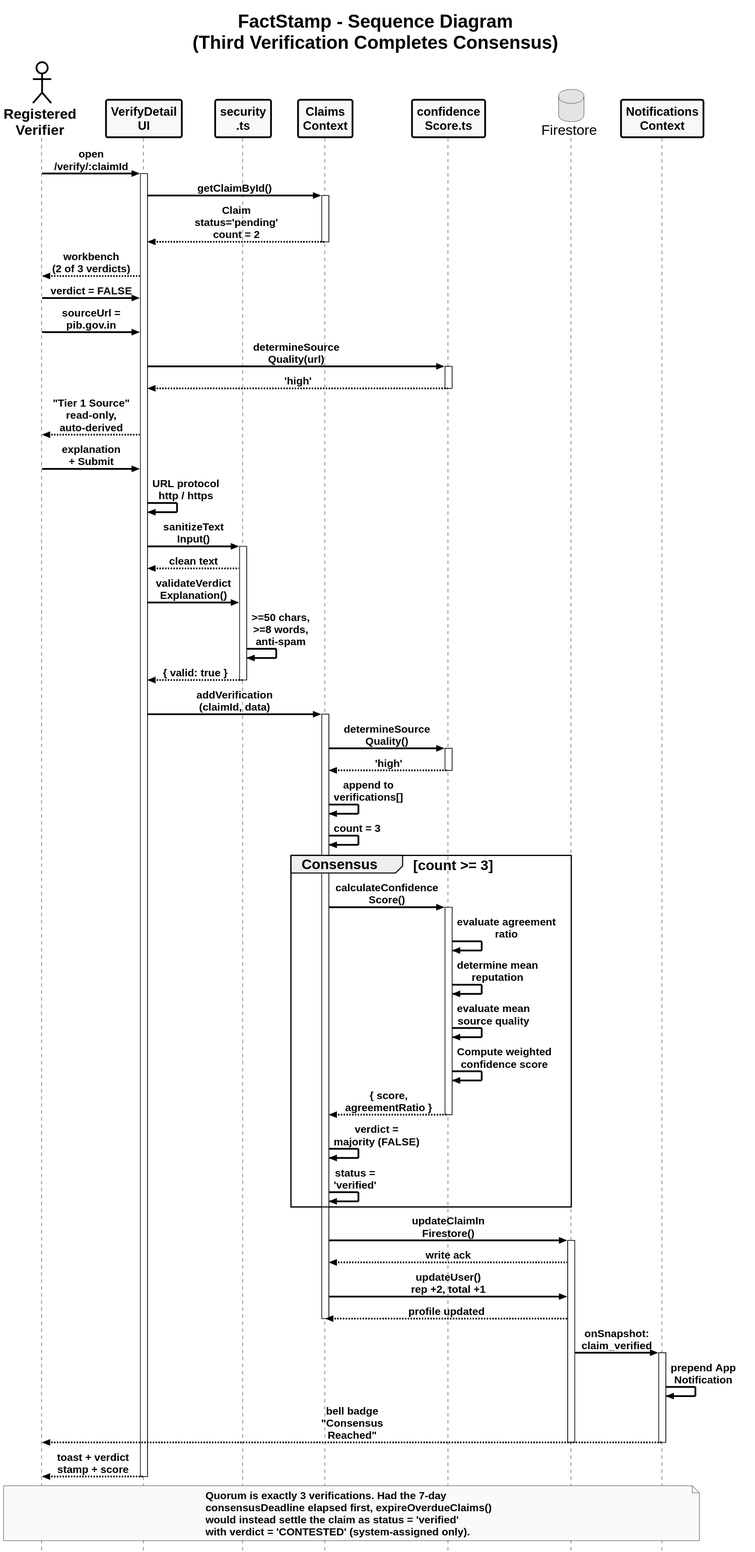
Above: FactStamp/black_book_draft/03_Requirements_and_Analysis/attachments/sequence_diagram.svg in aadish0day/typst (PlantUML), before the change.
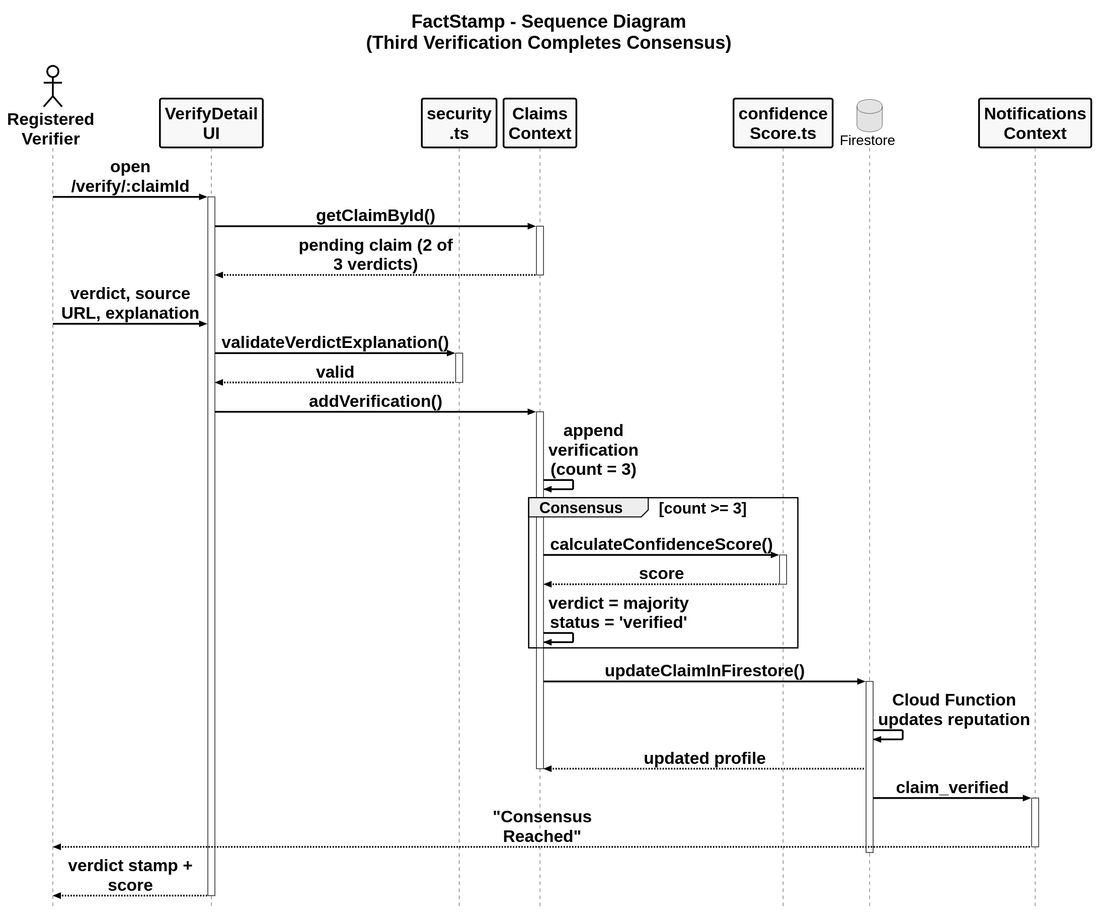
The same diagram one commit later.

Change to the diagram source:
```diff
@@ -22,7 +22,7 @@
 skinparam ActorBorderColor black
 skinparam ActorBorderThickness 2.5
 skinparam ActorBackgroundColor #FFFFFF
-skinparam ActorFontSize 20
+skinparam ActorFontSize 24
 skinparam ActorFontStyle bold
 
 skinparam RectangleBorderColor black
@@ -36,15 +36,18 @@
 skinparam ParticipantBorderColor black
 skinparam ParticipantBorderThickness 2.5
 skinparam ParticipantBackgroundColor #F8F9FA
-skinparam ParticipantFontSize 17
+skinparam ParticipantFontSize 24
 skinparam ParticipantFontStyle bold
 skinparam SequenceLifeLineBorderColor black
 skinparam SequenceLifeLineBorderThickness 2.0
 skinparam SequenceMessageAlignment center
-skinparam ArrowFontSize 15
-skinparam NoteFontSize 15
+skinparam ArrowFontSize 24
+skinparam NoteFontSize 17
 skinparam NoteFontStyle bold
-skinparam maxMessageSize 190
+skinparam maxMessageSize 220
+skinparam SequenceGroupHeaderFontSize 22
+skinparam SequenceGroupFontSize 22
+hide footbox
 
 actor "Registered\nVerifier" as V
 participant "VerifyDetail\nUI" as UI
@@ -54,76 +57,43 @@
 database "Firestore" as FS
 participant "Notifications\nContext" as NOTIF
 
-V -> UI : open\n/verify/:claimId
+V -> UI : open /verify/:claimId
 activate UI
 UI -> CTX : getClaimById()
 activate CTX
-CTX --> UI : Claim\nstatus='pending'\ncount = 2
+CTX --> UI : pending claim (2 of 3 verdicts)
 deactivate CTX
-UI --> V : workbench\n(2 of 3 verdicts)
 
-V -> UI : verdict = FALSE
-V -> UI : sourceUrl =\npib.gov.in
-UI -> CONF : determineSource\nQuality(url)
-activate CONF
-CONF --> UI : 'high'
-deactivate CONF
-UI --> V : "Tier 1 Source"\nread-only,\nauto-derived
-
-V -> UI : explanation\n+ Submit
-UI -> UI : URL protocol\nhttp / https
-
-UI -> SEC : sanitizeText\nInput()
+V -> UI : verdict, source URL, explanation
+UI -> SEC : validateVerdictExplanation()
 activate SEC
-SEC --> UI : clean text
-UI -> SEC : validateVerdict\nExplanation()
-SEC -> SEC : >=50 chars,\n>=8 words,\nanti-spam
-SEC --> UI : { valid: true }
+SEC --> UI : valid
 deactivate SEC
 
-UI -> CTX : addVerification\n(claimId, data)
+UI -> CTX : addVerification()
 activate CTX
-CTX -> CONF : determineSource\nQuality()
-activate CONF
-CONF --> CTX : 'high'
-deactivate CONF
-CTX -> CTX : append to\nverifications[]
-CTX -> CTX : count = 3
+CTX -> CTX : append verification\n(count = 3)
 
 group Consensus [count >= 3]
-  CTX -> CONF : calculateConfidence\nScore()
+  CTX -> CONF : calculateConfidenceScore()
   activate CONF
-  CONF -> CONF : evaluate agreement\nratio
-  CONF -> CONF : determine mean\nreputation
-  CONF -> CONF : evaluate mean\nsource quality
-  CONF -> CONF : Compute weighted\nconfidence score
-  CONF --> CTX : { score,\nagreementRatio }
+  CONF --> CTX : score
   deactivate CONF
-  CTX -> CTX : verdict =\nmajority (FALSE)
-  CTX -> CTX : status =\n'verified'
+  CTX -> CTX : verdict = majority\nstatus = 'verified'
 end
 
-CTX -> FS : updateClaimIn\nFirestore()
+CTX -> FS : updateClaimInFirestore()
 activate FS
-FS --> CTX : write ack
-CTX -> FS : updateUser()\nrep +2, total +1
-FS --> CTX : profile updated
+FS -> FS : Cloud Function\nupdates reputation
+FS --> CTX : updated profile
 deactivate CTX
 
-FS -> NOTIF : onSnapshot:\nclaim_verified
+FS -> NOTIF : claim_verified
 activate NOTIF
-NOTIF -> NOTIF : prepend App\nNotification
-NOTIF --> V : bell badge\n"Consensus\nReached"
+NOTIF --> V : "Consensus Reached"
 deactivate NOTIF
 deactivate FS
 
-UI --> V : toast + verdict\nstamp + score
+UI --> V : verdict stamp + score
 deactivate UI
-
-note over V, NOTIF
-  Quorum is exactly 3 verifications. Had the 7-day
-  consensusDeadline elapsed first, expireOverdueClaims()
-  would instead settle the claim as status = 'verified'
-  with verdict = 'CONTESTED' (system-assigned only).
-end note
 @enduml
```
